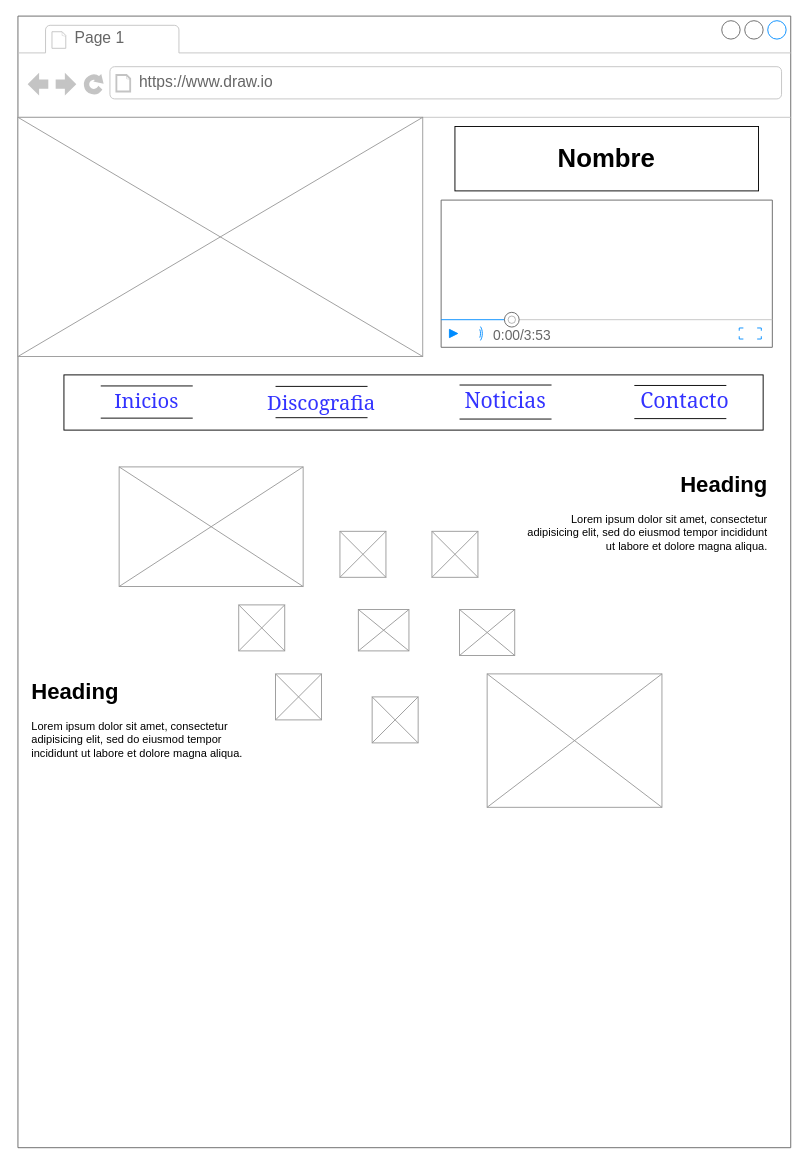
This is page "Page-1" (1 of 2) of Diagrama sin título.drawio from agustina-lujan/curso-html-css-inicial, a draw.io file, before an edit. Source tidied: cells renumbered, new cells numbered last; positions are measured from the earlier drawing's top-left corner, leaving out a move shared by most shapes. Both pictures are drawn from the tidied source at 92%, with x=0, y=0 at pixel (17, 16).
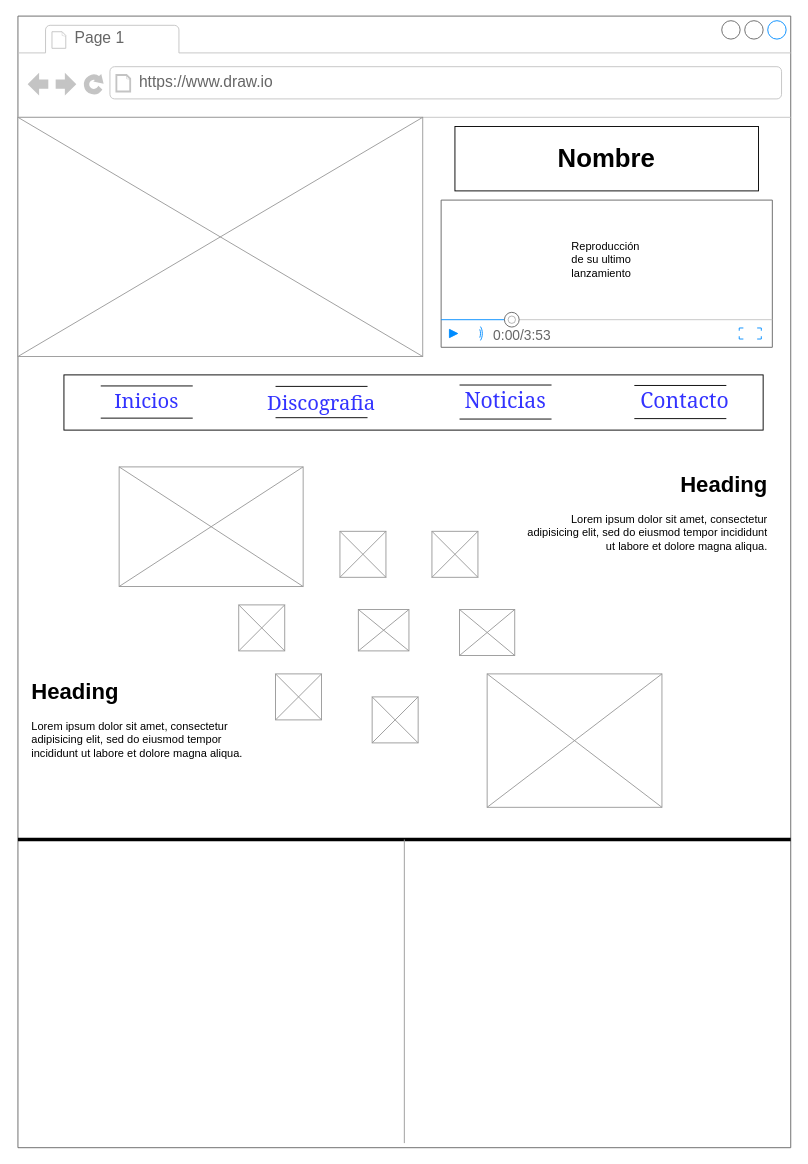
The same diagram, later.

The change refers to these unchanged cells:
```xml
<mxCell id="2" style="strokeWidth=1;shadow=0;dashed=0;align=center;html=1;shape=mxgraph.mockup.containers.browserWindow;rSize=0;strokeColor=#666666;strokeColor2=#008cff;strokeColor3=#c4c4c4;mainText=,;" parent="1" vertex="1">
  <mxGeometry width="840" height="1230" as="geometry" />
</mxCell>
```

Change to the diagram source:
```diff
@@
+    <mxCell id="29" style="line;strokeWidth=4;html=1;perimeter=backbonePerimeter;" parent="2" vertex="1">
+      <mxGeometry y="890" width="840" height="10" as="geometry" />
+    </mxCell>
+    <mxCell id="30" style="verticalLabelPosition=bottom;shadow=0;dashed=0;align=center;html=1;verticalAlign=top;strokeWidth=1;shape=mxgraph.mockup.markup.line;strokeColor=#999999;direction=north;" parent="2" vertex="1">
+      <mxGeometry x="410" y="895" width="20" height="330" as="geometry" />
+    </mxCell>
+    <mxCell id="31" value="&lt;div style=&quot;&quot;&gt;&lt;span style=&quot;background-color: initial;&quot;&gt;Reproducción de su ultimo lanzamiento&lt;/span&gt;&lt;/div&gt;" style="text;html=1;strokeColor=none;fillColor=none;align=left;verticalAlign=middle;whiteSpace=wrap;rounded=0;" parent="2" vertex="1">
+      <mxGeometry x="600" y="250" width="60" height="30" as="geometry" />
+    </mxCell>
```
